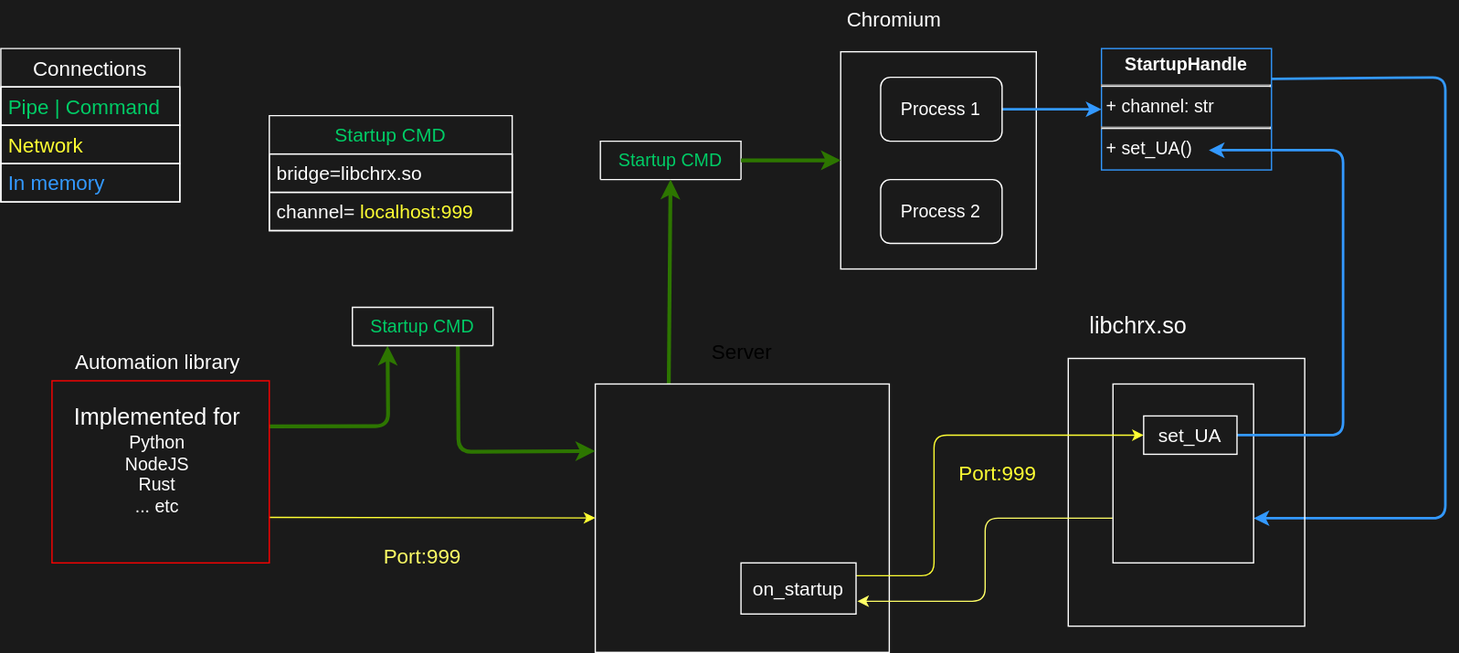
Before: chrx/bridge.drawio.svg, a diagram exported from draw.io (chrxer/chrx-design). Source tidied: cells renumbered, new cells last; positions are measured from the earlier drawing's top-left corner, leaving out a move shared by most shapes.
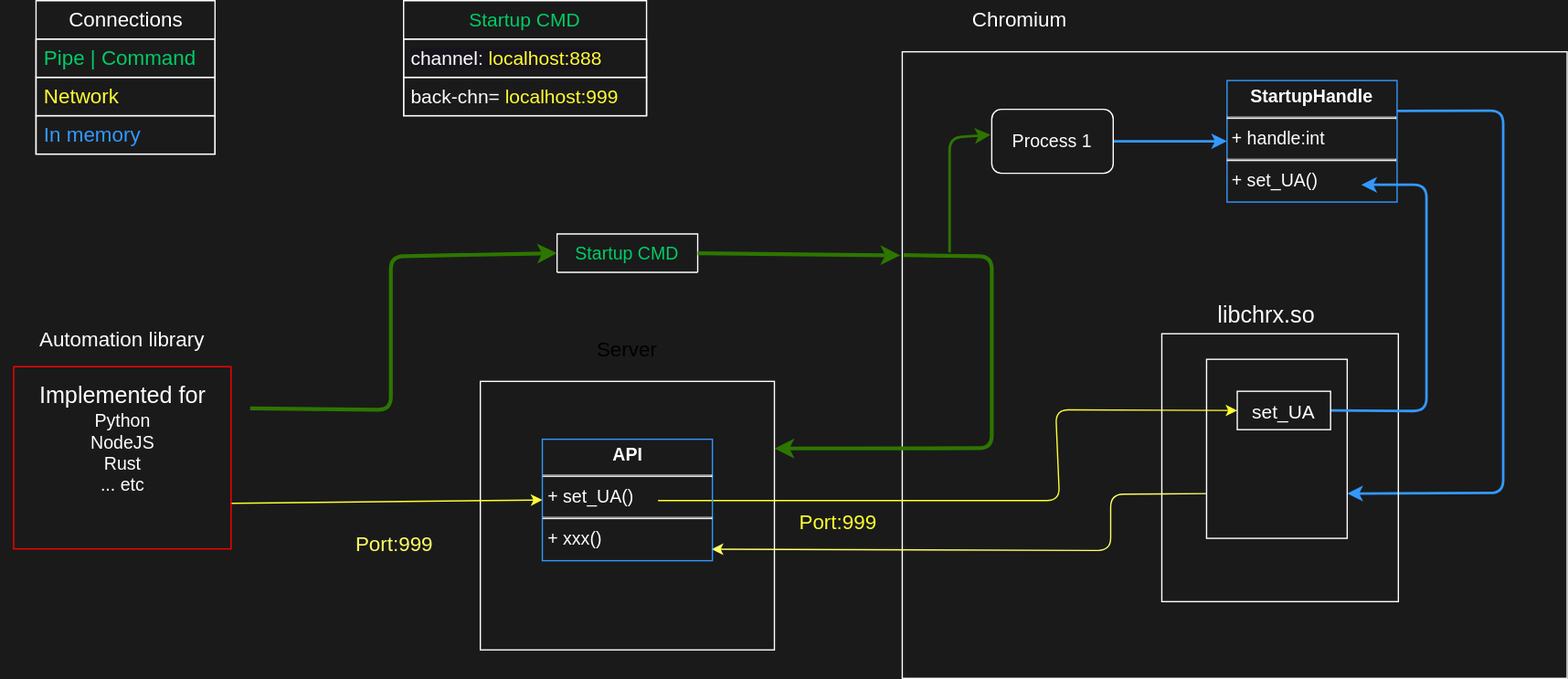
Above is the later version.

Change to the diagram source:
```diff
@@ -3,127 +3,123 @@
     <mxCell id="0" />
     <mxCell id="1" parent="0" />
     <mxCell id="2" style="rounded=0;whiteSpace=wrap;html=1;fillColor=none;strokeColor=#FFFFFF;fontColor=#FFFFFF;" parent="1" vertex="1">
-      <mxGeometry x="657" y="40" width="153" height="170" as="geometry" />
+      <mxGeometry x="730" y="10" width="520" height="490" as="geometry" />
     </mxCell>
     <mxCell id="3" value="Startup CMD" style="swimlane;fontStyle=0;horizontal=1;startSize=30;whiteSpace=wrap;html=1;fillColor=none;strokeColor=#FFFFFF;fontColor=#00CC66;fontSize=14;" parent="1" vertex="1" collapsed="1">
-      <mxGeometry x="469" y="110" width="110" height="30" as="geometry" />
+      <mxGeometry x="460" y="152.5" width="110" height="30" as="geometry" />
     </mxCell>
     <mxCell id="4" style="edgeStyle=none;html=1;exitX=1;exitY=0.25;exitDx=0;exitDy=0;fontSize=15;entryX=1;entryY=0.75;entryDx=0;entryDy=0;strokeColor=#3399FF;fontColor=#FFFFFF;strokeWidth=2;" parent="1" edge="1" source="5" target="14">
       <mxGeometry relative="1" as="geometry">
         <Array as="points">
-          <mxPoint x="1130" y="60" />
-          <mxPoint x="1130" y="405" />
+          <mxPoint x="1200" y="56" />
+          <mxPoint x="1200" y="355" />
         </Array>
       </mxGeometry>
     </mxCell>
-    <mxCell id="5" value="&lt;p style=&quot;margin: 4px 0px 0px; text-align: center; font-size: 14px;&quot;&gt;&lt;b style=&quot;font-size: 14px;&quot;&gt;StartupHandle&lt;/b&gt;&lt;/p&gt;&lt;hr style=&quot;font-size: 14px;&quot;&gt;&lt;p style=&quot;margin: 0px 0px 0px 4px; font-size: 14px;&quot;&gt;+ channel: str&amp;nbsp;&lt;/p&gt;&lt;hr style=&quot;font-size: 14px;&quot;&gt;&lt;p style=&quot;margin: 0px 0px 0px 4px; font-size: 14px;&quot;&gt;+ set_UA()&lt;/p&gt;" style="verticalAlign=top;align=left;overflow=fill;fontSize=14;fontFamily=Helvetica;html=1;fillColor=none;strokeColor=#3399FF;fontColor=#FFFFFF;" parent="1" vertex="1">
-      <mxGeometry x="861" y="37.5" width="133" height="95" as="geometry" />
+    <mxCell id="5" value="&lt;p style=&quot;margin: 4px 0px 0px; text-align: center; font-size: 14px;&quot;&gt;&lt;b style=&quot;font-size: 14px;&quot;&gt;StartupHandle&lt;/b&gt;&lt;/p&gt;&lt;hr style=&quot;font-size: 14px;&quot;&gt;&lt;p style=&quot;margin: 0px 0px 0px 4px; font-size: 14px;&quot;&gt;+ handle:int&lt;/p&gt;&lt;hr style=&quot;font-size: 14px;&quot;&gt;&lt;p style=&quot;margin: 0px 0px 0px 4px; font-size: 14px;&quot;&gt;+ set_UA()&lt;/p&gt;" style="verticalAlign=top;align=left;overflow=fill;fontSize=14;fontFamily=Helvetica;html=1;fillColor=none;strokeColor=#3399FF;fontColor=#FFFFFF;" parent="1" vertex="1">
+      <mxGeometry x="984" y="32.5" width="133" height="95" as="geometry" />
     </mxCell>
     <mxCell id="6" style="edgeStyle=none;html=1;exitX=1;exitY=0.5;exitDx=0;exitDy=0;entryX=0;entryY=0.5;entryDx=0;entryDy=0;strokeColor=#3399FF;fontColor=#FFFFFF;strokeWidth=2;" parent="1" edge="1" source="7" target="5">
       <mxGeometry relative="1" as="geometry" />
     </mxCell>
+    <mxCell id="36" style="edgeStyle=none;html=1;entryX=1;entryY=0.25;entryDx=0;entryDy=0;fontColor=#FFFFFF;fillColor=#60a917;strokeColor=#2D7600;strokeWidth=3;" parent="1" edge="1" target="12">
+      <mxGeometry relative="1" as="geometry">
+        <mxPoint x="731" y="169" as="sourcePoint" />
+        <Array as="points">
+          <mxPoint x="800" y="170" />
+          <mxPoint x="800" y="320" />
+        </Array>
+      </mxGeometry>
+    </mxCell>
     <mxCell id="7" value="&lt;font style=&quot;font-size: 14px;&quot;&gt;Process 1&lt;/font&gt;" style="rounded=1;whiteSpace=wrap;html=1;fillColor=none;strokeColor=#FFFFFF;fontColor=#FFFFFF;" parent="1" vertex="1">
-      <mxGeometry x="688.2" y="60" width="95" height="50" as="geometry" />
+      <mxGeometry x="800" y="55" width="95" height="50" as="geometry" />
     </mxCell>
-    <mxCell id="8" value="&lt;font style=&quot;font-size: 14px;&quot;&gt;Process 2&lt;/font&gt;" style="rounded=1;whiteSpace=wrap;html=1;fillColor=none;strokeColor=#FFFFFF;fontColor=#FFFFFF;" parent="1" vertex="1">
-      <mxGeometry x="688.2" y="140" width="95" height="50" as="geometry" />
-    </mxCell>
     <mxCell id="9" value="Chromium" style="text;html=1;strokeColor=none;fillColor=none;align=center;verticalAlign=middle;whiteSpace=wrap;rounded=0;fontColor=#FFFFFF;fontSize=16;" parent="1" vertex="1">
-      <mxGeometry x="669" width="60" height="30" as="geometry" />
+      <mxGeometry x="792" y="-30" width="60" height="30" as="geometry" />
     </mxCell>
     <mxCell id="10" style="rounded=0;whiteSpace=wrap;html=1;fillColor=none;strokeColor=#FFFFFF;fontColor=#FFFFFF;" parent="1" vertex="1">
-      <mxGeometry x="835" y="280" width="185" height="209.5" as="geometry" />
+      <mxGeometry x="933" y="230.5" width="185" height="209.5" as="geometry" />
     </mxCell>
     <mxCell id="11" value="&lt;font style=&quot;font-size: 18px;&quot;&gt;libchrx.so&lt;/font&gt;" style="text;html=1;strokeColor=none;fillColor=none;align=center;verticalAlign=middle;whiteSpace=wrap;rounded=0;fontSize=18;fontColor=#FFFFFF;" parent="1" vertex="1">
-      <mxGeometry x="840" y="240" width="100" height="30" as="geometry" />
+      <mxGeometry x="965" y="200.5" width="100" height="30" as="geometry" />
     </mxCell>
     <mxCell id="12" style="rounded=0;whiteSpace=wrap;html=1;fillColor=none;strokeColor=#FFFFFF;fontColor=#FFFFFF;" parent="1" vertex="1">
-      <mxGeometry x="465" y="300" width="230" height="210" as="geometry" />
+      <mxGeometry x="400" y="267.8" width="230" height="210" as="geometry" />
     </mxCell>
     <mxCell id="13" style="edgeStyle=none;html=1;exitX=0;exitY=0.75;exitDx=0;exitDy=0;fontSize=15;strokeColor=#FFFF66;fontColor=#FFFFFF;" parent="1" edge="1" source="14">
       <mxGeometry relative="1" as="geometry">
-        <mxPoint x="670" y="470" as="targetPoint" />
+        <mxPoint x="581" y="399" as="targetPoint" />
         <Array as="points">
-          <mxPoint x="770" y="405" />
-          <mxPoint x="770" y="470" />
+          <mxPoint x="893" y="356" />
+          <mxPoint x="893" y="400" />
         </Array>
       </mxGeometry>
     </mxCell>
     <mxCell id="14" style="rounded=0;whiteSpace=wrap;html=1;fontSize=15;fillColor=none;strokeColor=#FFFFFF;fontColor=#FFFFFF;" parent="1" vertex="1">
-      <mxGeometry x="870" y="300" width="110" height="140" as="geometry" />
+      <mxGeometry x="968" y="250.5" width="110" height="140" as="geometry" />
     </mxCell>
-    <mxCell id="15" style="edgeStyle=none;html=1;exitX=1;exitY=0.25;exitDx=0;exitDy=0;entryX=0;entryY=0.5;entryDx=0;entryDy=0;fontSize=15;strokeColor=#FFFF33;fontColor=#FFFFFF;" parent="1" edge="1" source="16" target="22">
+    <mxCell id="15" style="edgeStyle=none;html=1;entryX=0;entryY=0.5;entryDx=0;entryDy=0;fontSize=15;strokeColor=#FFFF33;fontColor=#FFFFFF;" parent="1" edge="1" target="22">
       <mxGeometry relative="1" as="geometry">
+        <mxPoint x="539" y="361" as="sourcePoint" />
         <Array as="points">
-          <mxPoint x="730" y="450" />
-          <mxPoint x="730" y="340" />
+          <mxPoint x="853" y="361" />
+          <mxPoint x="850" y="290" />
         </Array>
       </mxGeometry>
     </mxCell>
-    <mxCell id="16" value="on_startup" style="rounded=0;whiteSpace=wrap;html=1;fontSize=15;fillColor=none;strokeColor=#FFFFFF;fontColor=#FFFFFF;" parent="1" vertex="1">
-      <mxGeometry x="579" y="440" width="90" height="40" as="geometry" />
-    </mxCell>
-    <mxCell id="17" style="edgeStyle=none;html=1;exitX=1;exitY=0.25;exitDx=0;exitDy=0;entryX=0.25;entryY=1;entryDx=0;entryDy=0;fontSize=15;strokeColor=#2D7600;fontColor=#FFFFFF;strokeWidth=3;fillColor=#60a917;" parent="1" edge="1" source="19" target="28">
+    <mxCell id="17" style="edgeStyle=none;html=1;exitX=1;exitY=0.25;exitDx=0;exitDy=0;fontSize=15;strokeColor=#2D7600;fontColor=#FFFFFF;strokeWidth=3;fillColor=#60a917;entryX=0;entryY=0.5;entryDx=0;entryDy=0;" parent="1" edge="1" target="3">
       <mxGeometry relative="1" as="geometry">
+        <mxPoint x="220" y="288.9" as="sourcePoint" />
         <Array as="points">
-          <mxPoint x="303" y="333" />
+          <mxPoint x="330" y="290" />
+          <mxPoint x="330" y="170" />
         </Array>
       </mxGeometry>
     </mxCell>
-    <mxCell id="18" style="edgeStyle=none;html=1;exitX=1;exitY=0.75;exitDx=0;exitDy=0;strokeColor=#FFFF33;fontSize=14;fontColor=#FFFF33;" parent="1" edge="1" source="19" target="12">
+    <mxCell id="18" style="edgeStyle=none;html=1;exitX=1;exitY=0.75;exitDx=0;exitDy=0;strokeColor=#FFFF33;fontSize=14;fontColor=#FFFF33;entryX=0;entryY=0.5;entryDx=0;entryDy=0;" parent="1" edge="1" source="19" target="37">
       <mxGeometry relative="1" as="geometry" />
     </mxCell>
     <mxCell id="19" style="rounded=0;whiteSpace=wrap;html=1;fontSize=15;fillColor=none;strokeColor=#FF0000;" parent="1" vertex="1">
-      <mxGeometry x="40" y="297.5" width="170" height="142.5" as="geometry" />
+      <mxGeometry x="35" y="256.2" width="170" height="142.5" as="geometry" />
     </mxCell>
     <mxCell id="20" value="Automation library" style="text;html=1;align=center;verticalAlign=middle;whiteSpace=wrap;rounded=0;fontSize=16;fillColor=none;strokeColor=none;fontColor=#FFFFFF;" parent="1" vertex="1">
-      <mxGeometry x="27.5" y="267.5" width="190" height="30" as="geometry" />
+      <mxGeometry x="25" y="220" width="190" height="30" as="geometry" />
     </mxCell>
     <mxCell id="21" style="edgeStyle=none;html=1;exitX=1;exitY=0.5;exitDx=0;exitDy=0;fontSize=15;strokeColor=#3399FF;fontColor=#FFFFFF;strokeWidth=2;" parent="1" edge="1" source="22">
       <mxGeometry relative="1" as="geometry">
-        <mxPoint x="945" y="117" as="targetPoint" />
+        <mxPoint x="1089" y="114" as="targetPoint" />
         <Array as="points">
-          <mxPoint x="1050" y="340" />
-          <mxPoint x="1050" y="117" />
+          <mxPoint x="1140" y="291" />
+          <mxPoint x="1140" y="114" />
         </Array>
       </mxGeometry>
     </mxCell>
     <mxCell id="22" value="set_UA" style="rounded=0;whiteSpace=wrap;html=1;fontSize=15;fillColor=none;strokeColor=#FFFFFF;fontColor=#FFFFFF;" parent="1" vertex="1">
-      <mxGeometry x="894" y="325" width="73" height="30" as="geometry" />
+      <mxGeometry x="992" y="275.5" width="73" height="30" as="geometry" />
     </mxCell>
-    <mxCell id="23" style="edgeStyle=none;html=1;exitX=0.75;exitY=1;exitDx=0;exitDy=0;entryX=0;entryY=0.25;entryDx=0;entryDy=0;strokeColor=#2D7600;fontColor=#FFFFFF;fillColor=#60a917;strokeWidth=3;" parent="1" edge="1" source="28" target="12">
-      <mxGeometry relative="1" as="geometry">
-        <Array as="points">
-          <mxPoint x="358" y="353" />
-        </Array>
-      </mxGeometry>
-    </mxCell>
     <mxCell id="24" value="&lt;font style=&quot;&quot;&gt;&lt;span style=&quot;font-size: 18px;&quot;&gt;Implemented for&lt;/span&gt;&lt;br&gt;&lt;font style=&quot;font-size: 14px;&quot;&gt;Python&lt;br&gt;NodeJS&lt;br&gt;Rust&lt;br&gt;... etc&lt;/font&gt;&lt;br&gt;&lt;/font&gt;" style="text;html=1;align=center;verticalAlign=middle;whiteSpace=wrap;rounded=0;fillColor=none;fontColor=#FFFFFF;" parent="1" vertex="1">
-      <mxGeometry x="50" y="310" width="145" height="100" as="geometry" />
+      <mxGeometry x="47.5" y="262.5" width="145" height="100" as="geometry" />
     </mxCell>
     <mxCell id="25" value="&lt;font color=&quot;#00cc66&quot;&gt;Startup CMD&lt;/font&gt;" style="swimlane;fontStyle=0;horizontal=1;startSize=30;whiteSpace=wrap;html=1;fillColor=none;strokeColor=#FFFFFF;fontColor=#FFFFFF;fontSize=15;" parent="1" vertex="1">
-      <mxGeometry x="210" y="90" width="190" height="90" as="geometry" />
+      <mxGeometry x="340" y="-30" width="190" height="90" as="geometry" />
     </mxCell>
-    <mxCell id="26" value="bridge=libchrx.so" style="text;strokeColor=#FFFFFF;fillColor=none;align=left;verticalAlign=middle;spacingLeft=4;spacingRight=4;overflow=hidden;whiteSpace=wrap;html=1;fontColor=#FFFFFF;fontSize=15;" parent="25" vertex="1">
+    <mxCell id="26" value="&lt;span style=&quot;font-family: Helvetica; font-size: 15px; font-style: normal; font-variant-ligatures: normal; font-variant-caps: normal; font-weight: 400; letter-spacing: normal; orphans: 2; text-align: left; text-indent: 0px; text-transform: none; widows: 2; word-spacing: 0px; -webkit-text-stroke-width: 0px; background-color: rgb(24, 20, 29); text-decoration-thickness: initial; text-decoration-style: initial; text-decoration-color: initial; float: none; display: inline !important;&quot;&gt;channel:&lt;/span&gt;&lt;span style=&quot;color: rgb(255, 255, 51); font-family: Helvetica; font-size: 15px; font-style: normal; font-variant-ligatures: normal; font-variant-caps: normal; font-weight: 400; letter-spacing: normal; orphans: 2; text-align: left; text-indent: 0px; text-transform: none; widows: 2; word-spacing: 0px; -webkit-text-stroke-width: 0px; background-color: rgb(24, 20, 29); text-decoration-thickness: initial; text-decoration-style: initial; text-decoration-color: initial; float: none; display: inline !important;&quot;&gt;localhost:888&lt;/span&gt;" style="text;strokeColor=#FFFFFF;fillColor=none;align=left;verticalAlign=middle;spacingLeft=4;spacingRight=4;overflow=hidden;whiteSpace=wrap;html=1;fontColor=#FFFFFF;fontSize=15;" parent="25" vertex="1">
       <mxGeometry y="30" width="190" height="30" as="geometry" />
     </mxCell>
-    <mxCell id="27" value="channel=&lt;font color=&quot;#ffff33&quot; style=&quot;font-size: 15px;&quot;&gt;localhost:999&lt;/font&gt;" style="text;strokeColor=#FFFFFF;fillColor=none;align=left;verticalAlign=middle;spacingLeft=4;spacingRight=4;overflow=hidden;whiteSpace=wrap;html=1;fontColor=#FFFFFF;fontSize=15;" parent="25" vertex="1">
+    <mxCell id="27" value="back-chn=&lt;font color=&quot;#ffff33&quot; style=&quot;font-size: 15px;&quot;&gt;localhost:999&lt;/font&gt;" style="text;strokeColor=#FFFFFF;fillColor=none;align=left;verticalAlign=middle;spacingLeft=4;spacingRight=4;overflow=hidden;whiteSpace=wrap;html=1;fontColor=#FFFFFF;fontSize=15;" parent="25" vertex="1">
       <mxGeometry y="60" width="190" height="30" as="geometry" />
     </mxCell>
-    <mxCell id="28" value="Startup CMD" style="swimlane;fontStyle=0;horizontal=1;startSize=30;whiteSpace=wrap;html=1;fillColor=none;strokeColor=#FFFFFF;fontColor=#00CC66;fontSize=14;" parent="1" vertex="1" collapsed="1">
-      <mxGeometry x="275" y="240" width="110" height="30" as="geometry" />
-    </mxCell>
     <mxCell id="29" value="Server" style="text;html=1;strokeColor=none;fillColor=none;align=center;verticalAlign=middle;whiteSpace=wrap;rounded=0;fontSize=16;" parent="1" vertex="1">
-      <mxGeometry x="550" y="260" width="60" height="30" as="geometry" />
+      <mxGeometry x="485" y="227.8" width="60" height="30" as="geometry" />
     </mxCell>
     <mxCell id="30" value="Port:999" style="text;html=1;strokeColor=none;fillColor=none;align=center;verticalAlign=middle;whiteSpace=wrap;rounded=0;fontSize=16;fontColor=#FFFF66;" parent="1" vertex="1">
-      <mxGeometry x="300" y="420" width="60" height="30" as="geometry" />
+      <mxGeometry x="302.5" y="380.2" width="60" height="30" as="geometry" />
     </mxCell>
     <mxCell id="31" value="Port:999" style="text;html=1;align=center;verticalAlign=middle;whiteSpace=wrap;rounded=0;fontSize=16;strokeColor=none;fontColor=#FFFF33;" parent="1" vertex="1">
-      <mxGeometry x="750" y="355" width="60" height="30" as="geometry" />
+      <mxGeometry x="650" y="362.5" width="60" height="30" as="geometry" />
     </mxCell>
     <mxCell id="32" value="&lt;font color=&quot;#ffffff&quot;&gt;Connections&lt;/font&gt;" style="swimlane;fontStyle=0;horizontal=1;startSize=30;whiteSpace=wrap;html=1;strokeColor=#FFFFFF;fontSize=16;fontColor=#3399FF;fillColor=none;" parent="1" vertex="1">
-      <mxGeometry y="37.5" width="140" height="120" as="geometry" />
+      <mxGeometry x="52.5" y="-30" width="140" height="120" as="geometry" />
     </mxCell>
     <mxCell id="33" value="&lt;font color=&quot;#00cc66&quot;&gt;Pipe | Command&lt;/font&gt;" style="text;strokeColor=#FFFFFF;fillColor=none;align=left;verticalAlign=middle;spacingLeft=4;spacingRight=4;overflow=hidden;whiteSpace=wrap;html=1;fontSize=16;fontColor=#3399FF;" parent="32" vertex="1">
       <mxGeometry y="30" width="140" height="30" as="geometry" />
@@ -134,5 +130,17 @@
     <mxCell id="35" value="In memory" style="text;strokeColor=#FFFFFF;fillColor=none;align=left;verticalAlign=middle;spacingLeft=4;spacingRight=4;overflow=hidden;whiteSpace=wrap;html=1;fontSize=16;fontColor=#3399FF;" parent="32" vertex="1">
       <mxGeometry y="90" width="140" height="30" as="geometry" />
     </mxCell>
+    <mxCell id="37" value="&lt;p style=&quot;margin: 4px 0px 0px; text-align: center; font-size: 14px;&quot;&gt;&lt;b style=&quot;font-size: 14px;&quot;&gt;API&lt;/b&gt;&lt;/p&gt;&lt;hr style=&quot;font-size: 14px;&quot;&gt;&lt;p style=&quot;margin: 0px 0px 0px 4px; font-size: 14px;&quot;&gt;+ set_UA()&lt;br&gt;&lt;/p&gt;&lt;hr style=&quot;font-size: 14px;&quot;&gt;&lt;p style=&quot;margin: 0px 0px 0px 4px; font-size: 14px;&quot;&gt;+ xxx()&lt;/p&gt;" style="verticalAlign=top;align=left;overflow=fill;fontSize=14;fontFamily=Helvetica;html=1;fillColor=none;strokeColor=#3399FF;fontColor=#FFFFFF;" parent="1" vertex="1">
+      <mxGeometry x="448.5" y="313" width="133" height="95" as="geometry" />
+    </mxCell>
+    <mxCell id="38" style="edgeStyle=none;orthogonalLoop=1;jettySize=auto;html=1;strokeWidth=2;fontColor=#FFFFFF;fillColor=#60a917;strokeColor=#2D7600;" parent="1" edge="1">
+      <mxGeometry relative="1" as="geometry">
+        <mxPoint x="767" y="167" as="sourcePoint" />
+        <mxPoint x="799" y="75" as="targetPoint" />
+        <Array as="points">
+          <mxPoint x="767" y="77" />
+        </Array>
+      </mxGeometry>
+    </mxCell>
   </root>
 </mxGraphModel>
```
